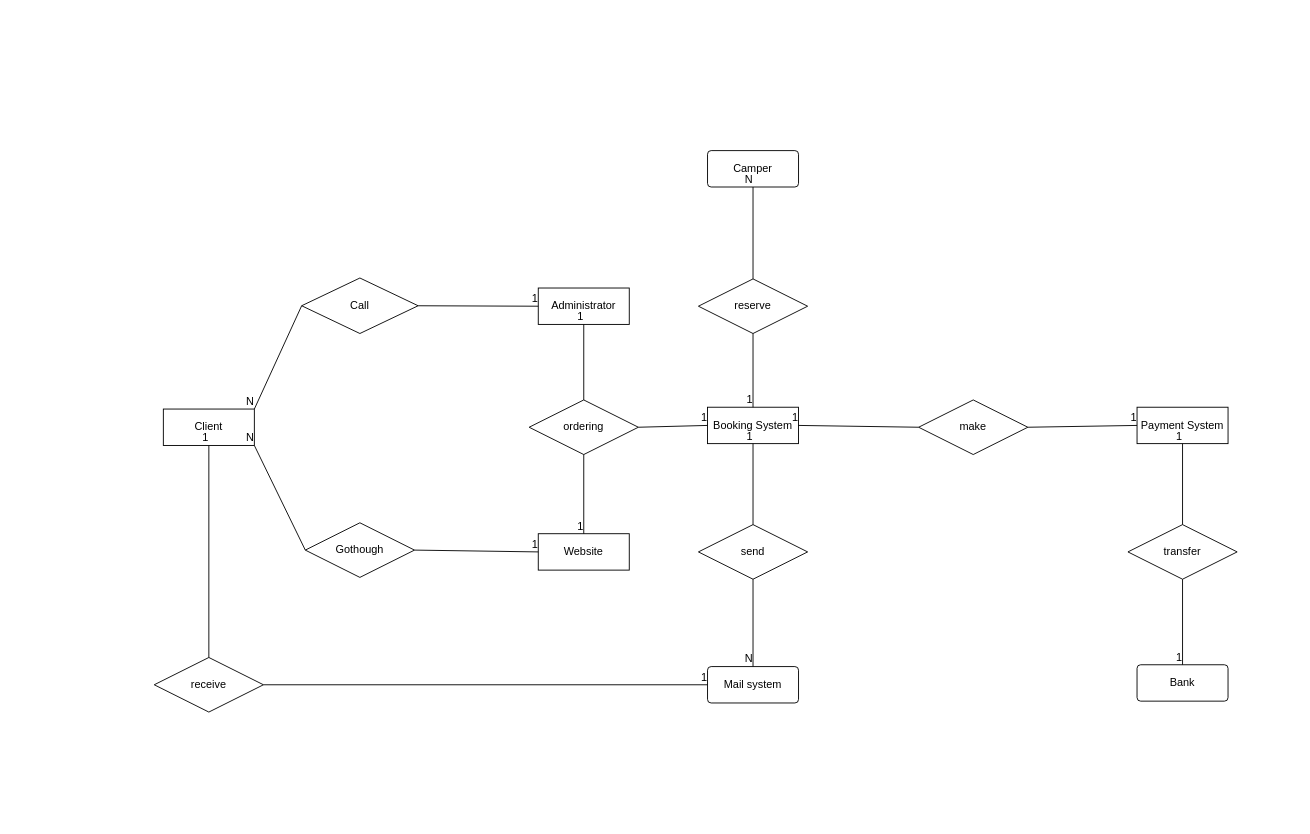
Earlier version of the draw.io diagram page "DFD" (2 of 2) of Document/Diagram/ER_DiagramCamper.drawio (Fei-D20/The_Autocamper_rental_business). Source tidied: cells renumbered, new cells numbered last; positions are measured from the earlier drawing's top-left corner, leaving out a move shared by most shapes. Both pictures are drawn from the tidied source at 91%, with x=0, y=0 at pixel (154, 150).
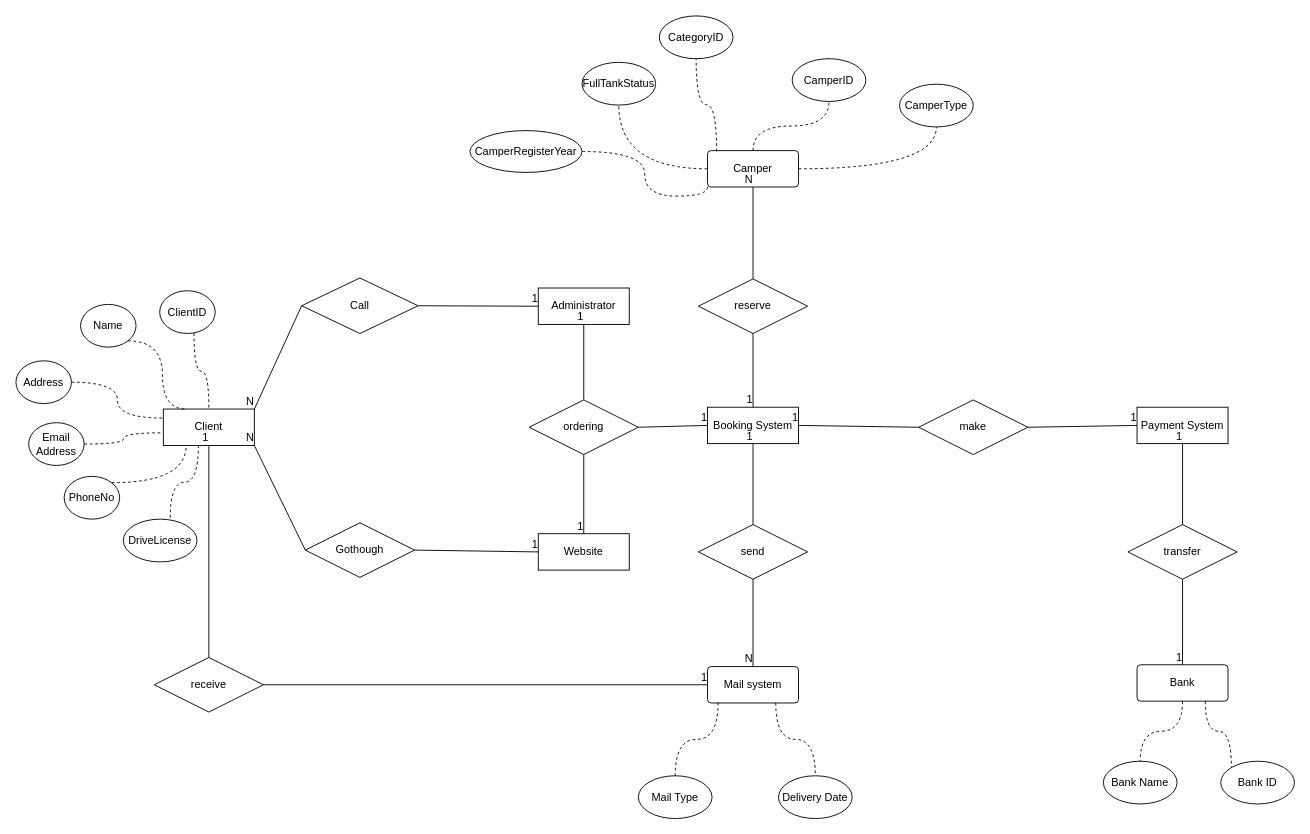
After the change.

Unchanged cells that the change refers to:
```xml
<mxCell id="2" value="Client" style="whiteSpace=wrap;html=1;align=center;" parent="1" vertex="1">
  <mxGeometry x="10" y="284" width="100" height="40" as="geometry" />
</mxCell>
<mxCell id="6" value="Mail system" style="rounded=1;arcSize=10;whiteSpace=wrap;html=1;align=center;" parent="1" vertex="1">
  <mxGeometry x="608" y="567" width="100" height="40" as="geometry" />
</mxCell>
<mxCell id="7" value="Bank" style="rounded=1;arcSize=10;whiteSpace=wrap;html=1;align=center;" parent="1" vertex="1">
  <mxGeometry x="1080" y="565" width="100" height="40" as="geometry" />
</mxCell>
<mxCell id="8" value="Camper" style="rounded=1;arcSize=10;whiteSpace=wrap;html=1;align=center;" parent="1" vertex="1">
  <mxGeometry x="608" width="100" height="40" as="geometry" />
</mxCell>
```

Diff of the diagram source:
```diff
@@
+    <mxCell id="52" value="ClientID" style="ellipse;whiteSpace=wrap;html=1;" parent="1" vertex="1">
+      <mxGeometry x="6" y="154" width="61" height="47" as="geometry" />
+    </mxCell>
+    <mxCell id="53" value="Name" style="ellipse;whiteSpace=wrap;html=1;" parent="1" vertex="1">
+      <mxGeometry x="-81" y="169" width="61" height="47" as="geometry" />
+    </mxCell>
+    <mxCell id="54" value="PhoneNo" style="ellipse;whiteSpace=wrap;html=1;" parent="1" vertex="1">
+      <mxGeometry x="-99" y="358" width="61" height="47" as="geometry" />
+    </mxCell>
+    <mxCell id="55" value="DriveLicense" style="ellipse;whiteSpace=wrap;html=1;" parent="1" vertex="1">
+      <mxGeometry x="-34" y="405" width="81" height="47" as="geometry" />
+    </mxCell>
+    <mxCell id="56" value="Email Address" style="ellipse;whiteSpace=wrap;html=1;" parent="1" vertex="1">
+      <mxGeometry x="-138" y="299" width="61" height="47" as="geometry" />
+    </mxCell>
+    <mxCell id="57" value="Address" style="ellipse;whiteSpace=wrap;html=1;" parent="1" vertex="1">
+      <mxGeometry x="-152" y="231" width="61" height="47" as="geometry" />
+    </mxCell>
+    <mxCell id="58" style="endArrow=none;dashed=1;html=1;entryX=0.5;entryY=0;entryDx=0;entryDy=0;exitX=0.618;exitY=0.988;exitDx=0;exitDy=0;exitPerimeter=0;edgeStyle=orthogonalEdgeStyle;curved=1;" parent="1" edge="1" source="52" target="2">
+      <mxGeometry relative="1" as="geometry" />
+    </mxCell>
+    <mxCell id="59" style="endArrow=none;dashed=1;html=1;entryX=0.25;entryY=0;entryDx=0;entryDy=0;exitX=1;exitY=1;exitDx=0;exitDy=0;edgeStyle=orthogonalEdgeStyle;curved=1;" parent="1" edge="1" source="53" target="2">
+      <mxGeometry relative="1" as="geometry">
+        <Array as="points">
+          <mxPoint x="9" y="209" />
+          <mxPoint x="9" y="284" />
+        </Array>
+      </mxGeometry>
+    </mxCell>
+    <mxCell id="60" style="endArrow=none;dashed=1;html=1;entryX=0;entryY=0.25;entryDx=0;entryDy=0;exitX=1;exitY=0.5;exitDx=0;exitDy=0;edgeStyle=orthogonalEdgeStyle;curved=1;" parent="1" edge="1" source="57" target="2">
+      <mxGeometry relative="1" as="geometry" />
+    </mxCell>
+    <mxCell id="61" style="endArrow=none;dashed=1;html=1;entryX=-0.001;entryY=0.653;entryDx=0;entryDy=0;exitX=1;exitY=0.5;exitDx=0;exitDy=0;edgeStyle=orthogonalEdgeStyle;curved=1;entryPerimeter=0;" parent="1" edge="1" source="56" target="2">
+      <mxGeometry relative="1" as="geometry" />
+    </mxCell>
+    <mxCell id="62" style="endArrow=none;dashed=1;html=1;entryX=0.25;entryY=1;entryDx=0;entryDy=0;exitX=1;exitY=0;exitDx=0;exitDy=0;edgeStyle=orthogonalEdgeStyle;curved=1;" parent="1" edge="1" source="54" target="2">
+      <mxGeometry relative="1" as="geometry" />
+    </mxCell>
+    <mxCell id="63" style="endArrow=none;dashed=1;html=1;entryX=0.636;entryY=0.006;entryDx=0;entryDy=0;edgeStyle=orthogonalEdgeStyle;curved=1;exitX=0.385;exitY=0.997;exitDx=0;exitDy=0;exitPerimeter=0;entryPerimeter=0;" parent="1" edge="1" source="2" target="55">
+      <mxGeometry relative="1" as="geometry" />
+    </mxCell>
+    <mxCell id="64" value="Mail Type" style="ellipse;whiteSpace=wrap;html=1;" parent="1" vertex="1">
+      <mxGeometry x="532" y="687" width="81" height="47" as="geometry" />
+    </mxCell>
+    <mxCell id="65" style="endArrow=none;dashed=1;html=1;edgeStyle=orthogonalEdgeStyle;curved=1;exitX=0.116;exitY=0.991;exitDx=0;exitDy=0;exitPerimeter=0;" parent="1" edge="1" source="6" target="64">
+      <mxGeometry relative="1" as="geometry" />
+    </mxCell>
+    <mxCell id="66" value="Delivery Date" style="ellipse;whiteSpace=wrap;html=1;" parent="1" vertex="1">
+      <mxGeometry x="686" y="687" width="81" height="47" as="geometry" />
+    </mxCell>
+    <mxCell id="67" style="endArrow=none;dashed=1;html=1;edgeStyle=orthogonalEdgeStyle;curved=1;exitX=0.75;exitY=1;exitDx=0;exitDy=0;" parent="1" edge="1" source="6" target="66">
+      <mxGeometry relative="1" as="geometry" />
+    </mxCell>
+    <mxCell id="68" value="Bank Name" style="ellipse;whiteSpace=wrap;html=1;" parent="1" vertex="1">
+      <mxGeometry x="1043" y="671" width="81" height="47" as="geometry" />
+    </mxCell>
+    <mxCell id="69" style="endArrow=none;dashed=1;html=1;edgeStyle=orthogonalEdgeStyle;curved=1;exitX=0.5;exitY=1;exitDx=0;exitDy=0;" parent="1" edge="1" source="7" target="68">
+      <mxGeometry relative="1" as="geometry" />
+    </mxCell>
+    <mxCell id="70" value="Bank ID" style="ellipse;whiteSpace=wrap;html=1;" parent="1" vertex="1">
+      <mxGeometry x="1172" y="671" width="81" height="47" as="geometry" />
+    </mxCell>
+    <mxCell id="71" style="endArrow=none;dashed=1;html=1;edgeStyle=orthogonalEdgeStyle;curved=1;exitX=0.75;exitY=1;exitDx=0;exitDy=0;entryX=0;entryY=0;entryDx=0;entryDy=0;" parent="1" edge="1" source="7" target="70">
+      <mxGeometry relative="1" as="geometry" />
+    </mxCell>
+    <mxCell id="72" value="CamperID" style="ellipse;whiteSpace=wrap;html=1;" parent="1" vertex="1">
+      <mxGeometry x="701" y="-101" width="81" height="47" as="geometry" />
+    </mxCell>
+    <mxCell id="73" style="endArrow=none;dashed=1;html=1;edgeStyle=orthogonalEdgeStyle;curved=1;exitX=0.5;exitY=0;exitDx=0;exitDy=0;" parent="1" edge="1" source="8" target="72">
+      <mxGeometry relative="1" as="geometry" />
+    </mxCell>
+    <mxCell id="74" value="CamperType" style="ellipse;whiteSpace=wrap;html=1;" parent="1" vertex="1">
+      <mxGeometry x="819" y="-73" width="81" height="47" as="geometry" />
+    </mxCell>
+    <mxCell id="75" style="endArrow=none;dashed=1;html=1;edgeStyle=orthogonalEdgeStyle;curved=1;" parent="1" edge="1" source="8" target="74">
+      <mxGeometry relative="1" as="geometry" />
+    </mxCell>
+    <mxCell id="76" value="CategoryID" style="ellipse;whiteSpace=wrap;html=1;" parent="1" vertex="1">
+      <mxGeometry x="555" y="-148" width="81" height="47" as="geometry" />
+    </mxCell>
+    <mxCell id="77" style="endArrow=none;dashed=1;html=1;edgeStyle=orthogonalEdgeStyle;curved=1;exitX=0.1;exitY=0.025;exitDx=0;exitDy=0;exitPerimeter=0;" parent="1" edge="1" source="8" target="76">
+      <mxGeometry relative="1" as="geometry" />
+    </mxCell>
+    <mxCell id="78" value="FullTankStatus" style="ellipse;whiteSpace=wrap;html=1;" parent="1" vertex="1">
+      <mxGeometry x="470" y="-97" width="81" height="47" as="geometry" />
+    </mxCell>
+    <mxCell id="79" style="endArrow=none;dashed=1;html=1;edgeStyle=orthogonalEdgeStyle;curved=1;exitX=0;exitY=0.5;exitDx=0;exitDy=0;" parent="1" edge="1" source="8" target="78">
+      <mxGeometry relative="1" as="geometry" />
+    </mxCell>
+    <mxCell id="80" value="CamperRegisterYear" style="ellipse;whiteSpace=wrap;html=1;" parent="1" vertex="1">
+      <mxGeometry x="347" y="-22" width="123" height="46" as="geometry" />
+    </mxCell>
+    <mxCell id="81" style="endArrow=none;dashed=1;html=1;edgeStyle=orthogonalEdgeStyle;curved=1;exitX=0;exitY=1;exitDx=0;exitDy=0;" parent="1" edge="1" source="8" target="80">
+      <mxGeometry relative="1" as="geometry" />
+    </mxCell>
```
